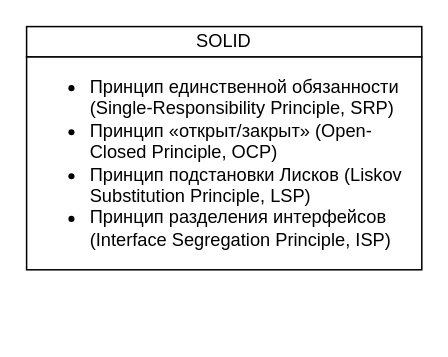
Earlier version of the draw.io diagram crib.drawio (AndreyN1991/angular-tour-of-heroes). Source tidied: cells renumbered, new cells numbered last; positions are measured from the earlier drawing's top-left corner, leaving out a move shared by most shapes. Both pictures are drawn from the tidied source at 152%, with x=0, y=0 at pixel (26, 26).
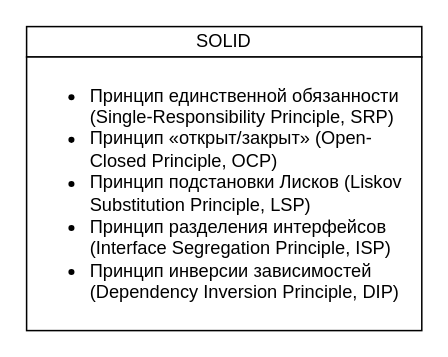
Above is the later version.

Change to the diagram source:
```diff
@@
 <mxGraphModel>
   <root>
     <mxCell id="0" />
     <mxCell id="1" parent="0" />
     <mxCell id="2" value="SOLID" style="rounded=0;whiteSpace=wrap;html=1;" parent="1" vertex="1">
       <mxGeometry width="260" height="20" as="geometry" />
     </mxCell>
-    <mxCell id="3" value="&lt;ul&gt;&lt;li&gt;Принцип единственной обязанности (Single-Responsibility Principle, SRP)&lt;br&gt;&lt;/li&gt;&lt;li&gt;Принцип «открыт/закрыт» (Open-Closed Principle, OCP)&lt;br&gt;&lt;/li&gt;&lt;li&gt;Принцип подстановки Лисков (Liskov Substitution Principle, LSP)&lt;br&gt;&lt;/li&gt;&lt;li&gt;Принцип разделения интерфейсов (Interface Segregation Principle, ISP)&lt;br&gt;&lt;/li&gt;&lt;/ul&gt;" style="rounded=0;whiteSpace=wrap;html=1;align=left;" parent="1" vertex="1">
-      <mxGeometry y="20" width="260" height="140" as="geometry" />
+    <mxCell id="3" value="&lt;ul&gt;&lt;li&gt;Принцип единственной обязанности (Single-Responsibility Principle, SRP)&lt;br&gt;&lt;/li&gt;&lt;li&gt;Принцип «открыт/закрыт» (Open-Closed Principle, OCP)&lt;br&gt;&lt;/li&gt;&lt;li&gt;Принцип подстановки Лисков (Liskov Substitution Principle, LSP)&lt;br&gt;&lt;/li&gt;&lt;li&gt;Принцип разделения интерфейсов (Interface Segregation Principle, ISP)&lt;br&gt;&lt;/li&gt;&lt;li&gt;Принцип инверсии зависимостей (Dependency Inversion Principle, DIP)&lt;br&gt;&lt;/li&gt;&lt;/ul&gt;" style="rounded=0;whiteSpace=wrap;html=1;align=left;" parent="1" vertex="1">
+      <mxGeometry y="20" width="260" height="180" as="geometry" />
     </mxCell>
   </root>
 </mxGraphModel>
```
